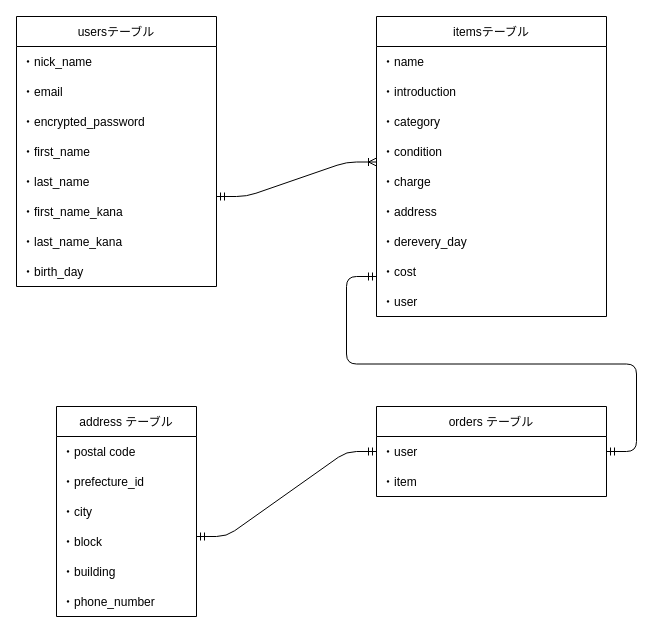
Above: test.dio in pecyanko/furima-38816 (draw.io), before the change. Source tidied: cells renumbered, new cells numbered last; positions are measured from the earlier drawing's top-left corner, leaving out a move shared by most shapes. Both pictures are drawn from the tidied source at 100%, with x=0, y=0 at pixel (16, 16).
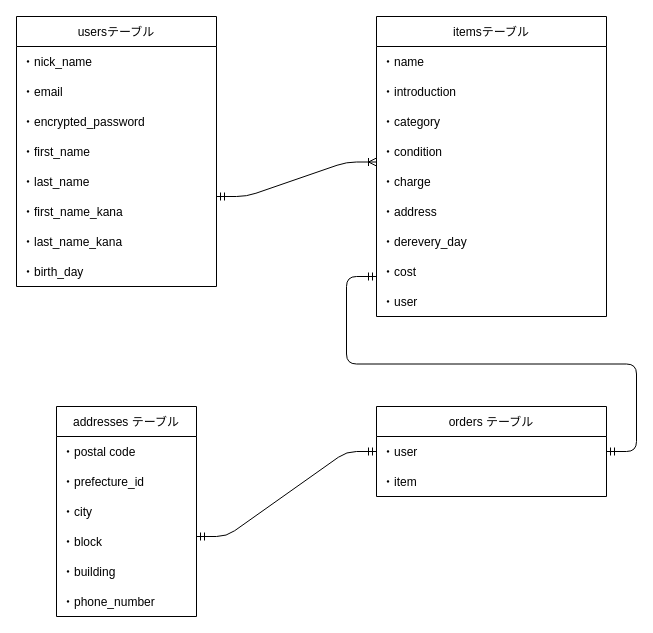
The same page after the edit.

Diff of the diagram source:
```diff
@@
-    <mxCell id="11" value="address テーブル" style="swimlane;fontStyle=0;horizontal=1;startSize=30;" parent="1" vertex="1">
+    <mxCell id="11" value="addresses テーブル" style="swimlane;fontStyle=0;horizontal=1;startSize=30;" parent="1" vertex="1">
       <mxGeometry x="40" y="390" width="140" height="210" as="geometry" />
     </mxCell>
```
